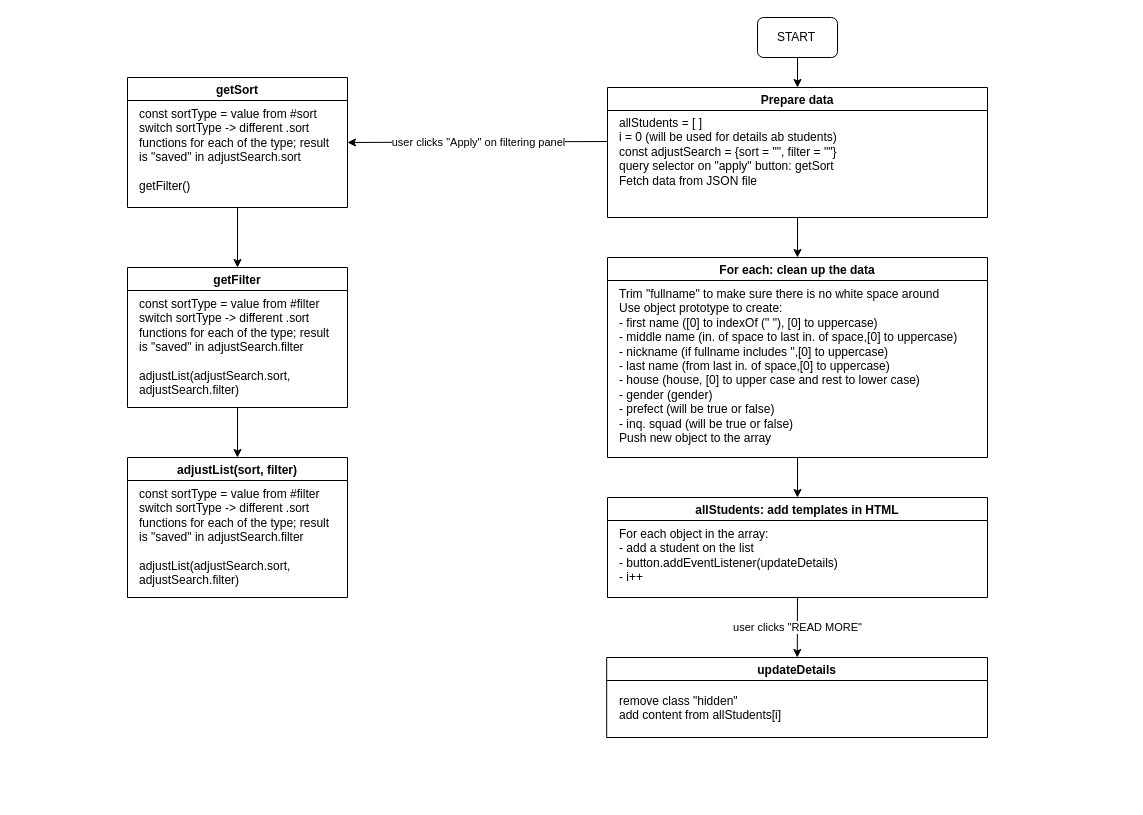
Earlier version of the draw.io diagram diagram.drawio (mn46/hogwart-student-list). Source tidied: cells renumbered, new cells numbered last; positions are measured from the earlier drawing's top-left corner, leaving out a move shared by most shapes. Both pictures are drawn from the tidied source at 100%, with x=0, y=0 at pixel (127, 17).
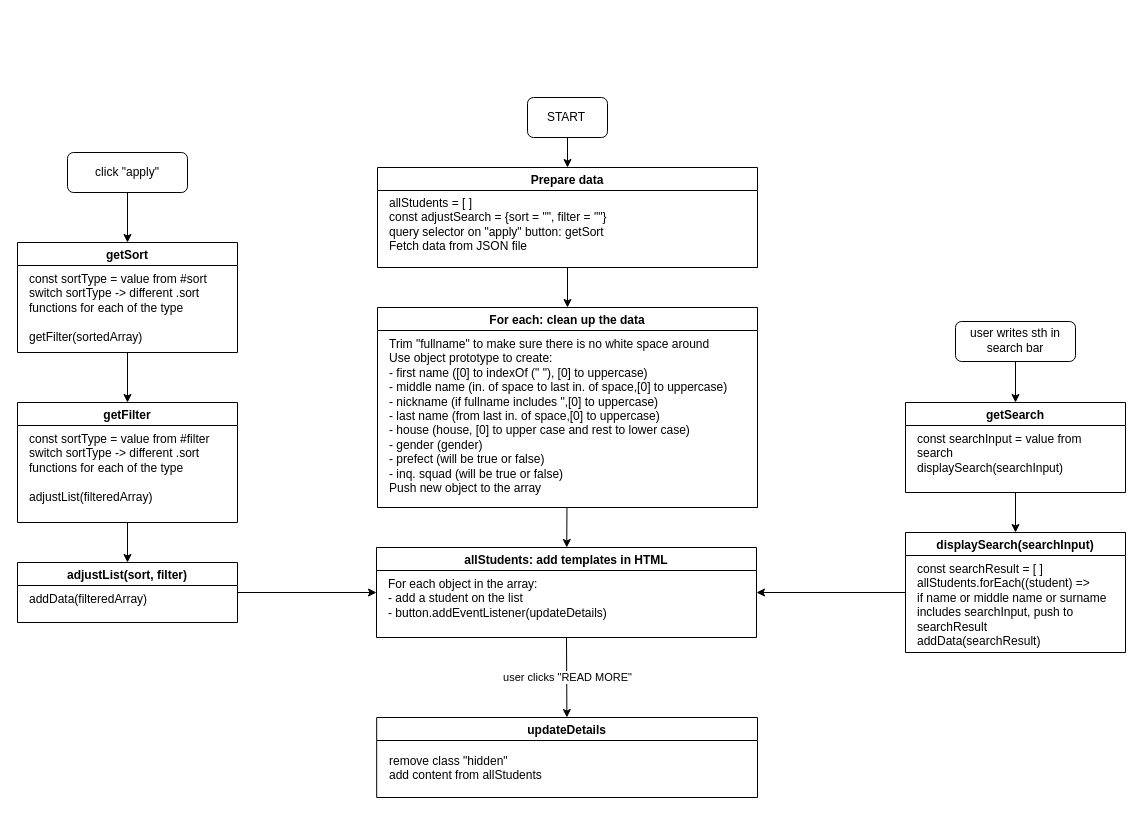
The same diagram, later.

Commit message (it also covers changes not shown here):
search bar works

Change to the diagram source:
```diff
@@
     <mxCell id="2" style="rounded=1;whiteSpace=wrap;html=1;" parent="1" vertex="1">
-      <mxGeometry x="630" width="80" height="40" as="geometry" />
+      <mxGeometry x="400" y="80" width="80" height="40" as="geometry" />
     </mxCell>
     <mxCell id="3" value="START" style="text;html=1;strokeColor=none;fillColor=none;align=center;verticalAlign=middle;whiteSpace=wrap;rounded=0;" parent="1" vertex="1">
-      <mxGeometry x="639" y="5" width="60" height="30" as="geometry" />
+      <mxGeometry x="409" y="85" width="60" height="30" as="geometry" />
     </mxCell>
@@
     <mxCell id="6" value="Prepare data" style="swimlane;" parent="1" vertex="1">
-      <mxGeometry x="480" y="70" width="380" height="130" as="geometry" />
+      <mxGeometry x="250" y="150" width="380" height="100" as="geometry" />
     </mxCell>
-    <mxCell id="7" value="allStudents = [ ]&lt;br&gt;i = 0 (will be used for details ab students)&lt;br&gt;const adjustSearch = {sort = &quot;&quot;, filter = &quot;&quot;}&lt;br&gt;query selector on &quot;apply&quot; button: getSort&lt;br&gt;Fetch data from JSON file" style="text;html=1;strokeColor=none;fillColor=none;align=left;verticalAlign=top;whiteSpace=wrap;rounded=0;" parent="6" vertex="1">
-      <mxGeometry x="10" y="22" width="360" height="98" as="geometry" />
+    <mxCell id="7" value="allStudents = [ ]&lt;br&gt;const adjustSearch = {sort = &quot;&quot;, filter = &quot;&quot;}&lt;br&gt;query selector on &quot;apply&quot; button: getSort&lt;br&gt;Fetch data from JSON file" style="text;html=1;strokeColor=none;fillColor=none;align=left;verticalAlign=top;whiteSpace=wrap;rounded=0;" parent="6" vertex="1">
+      <mxGeometry x="10" y="22" width="360" height="68" as="geometry" />
     </mxCell>
@@
     <mxCell id="9" value="For each: clean up the data" style="swimlane;" parent="1" vertex="1">
-      <mxGeometry x="480" y="240" width="380" height="200" as="geometry" />
+      <mxGeometry x="250" y="290" width="380" height="200" as="geometry" />
     </mxCell>
@@
     <mxCell id="11" value="allStudents: add templates in HTML" style="swimlane;" parent="1" vertex="1">
-      <mxGeometry x="480" y="480" width="380" height="100" as="geometry" />
+      <mxGeometry x="249" y="530" width="380" height="90" as="geometry" />
     </mxCell>
-    <mxCell id="12" value="&lt;font face=&quot;helvetica&quot;&gt;For each object in the array:&lt;br&gt;- add a student on the list&lt;br&gt;- button.addEventListener(updateDetails)&lt;br&gt;- i++&lt;br&gt;&lt;/font&gt;" style="text;whiteSpace=wrap;html=1;" parent="11" vertex="1">
-      <mxGeometry x="10" y="23" width="360" height="67" as="geometry" />
+    <mxCell id="12" value="&lt;font face=&quot;helvetica&quot;&gt;For each object in the array:&lt;br&gt;- add a student on the list&lt;br&gt;- button.addEventListener(updateDetails)&lt;br&gt;&lt;/font&gt;" style="text;whiteSpace=wrap;html=1;" parent="11" vertex="1">
+      <mxGeometry x="10" y="23" width="360" height="57" as="geometry" />
     </mxCell>
@@
     <mxCell id="15" value="updateDetails" style="swimlane;" parent="1" vertex="1">
-      <mxGeometry x="479.2" y="640" width="380.8" height="80" as="geometry" />
+      <mxGeometry x="249.2" y="700" width="380.8" height="80" as="geometry" />
     </mxCell>
-    <mxCell id="16" value="remove class &quot;hidden&quot;&lt;br&gt;add content from allStudents[i]" style="text;html=1;strokeColor=none;fillColor=none;align=left;verticalAlign=top;whiteSpace=wrap;rounded=0;" parent="15" vertex="1">
+    <mxCell id="16" value="remove class &quot;hidden&quot;&lt;br&gt;add content from allStudents" style="text;html=1;strokeColor=none;fillColor=none;align=left;verticalAlign=top;whiteSpace=wrap;rounded=0;" parent="15" vertex="1">
       <mxGeometry x="10.8" y="30" width="359.2" height="40" as="geometry" />
     </mxCell>
-    <mxCell id="17" style="endArrow=classic;html=1;exitX=0;exitY=0.5;exitDx=0;exitDy=0;entryX=1;entryY=0.5;entryDx=0;entryDy=0;" parent="1" edge="1" target="20">
-      <mxGeometry relative="1" as="geometry">
-        <mxPoint x="480" y="124" as="sourcePoint" />
-      </mxGeometry>
-    </mxCell>
-    <mxCell id="18" value="user clicks &quot;Apply&quot; on filtering panel" style="edgeLabel;html=1;align=center;verticalAlign=middle;" parent="17" vertex="1">
-      <mxGeometry relative="1" as="geometry" />
-    </mxCell>
@@
     <mxCell id="20" value="getSort" style="swimlane;" parent="1" vertex="1">
-      <mxGeometry y="60" width="220" height="130" as="geometry" />
+      <mxGeometry x="-110" y="225" width="220" height="110" as="geometry" />
     </mxCell>
-    <mxCell id="21" value="const sortType = value from #sort&lt;br&gt;switch sortType -&amp;gt; different .sort functions for each of the type; result is &quot;saved&quot; in adjustSearch.sort&lt;br&gt;&lt;br&gt;getFilter()" style="text;html=1;strokeColor=none;fillColor=none;align=left;verticalAlign=top;whiteSpace=wrap;rounded=0;" parent="20" vertex="1">
-      <mxGeometry x="10" y="23" width="200" height="97" as="geometry" />
+    <mxCell id="21" value="const sortType = value from #sort&lt;br&gt;switch sortType -&amp;gt; different .sort functions for each of the type&lt;br&gt;&lt;br&gt;getFilter(sortedArray)" style="text;html=1;strokeColor=none;fillColor=none;align=left;verticalAlign=top;whiteSpace=wrap;rounded=0;" parent="20" vertex="1">
+      <mxGeometry x="10" y="23" width="200" height="87" as="geometry" />
     </mxCell>
@@
     <mxCell id="23" value="getFilter" style="swimlane;" parent="1" vertex="1">
-      <mxGeometry y="250" width="220" height="140" as="geometry" />
+      <mxGeometry x="-110" y="385" width="220" height="120" as="geometry" />
     </mxCell>
-    <mxCell id="24" value="const sortType = value from #filter&lt;br&gt;switch sortType -&amp;gt; different .sort functions for each of the type; result is &quot;saved&quot; in adjustSearch.filter&lt;br&gt;&lt;br&gt;adjustList(adjustSearch.sort, adjustSearch.filter)" style="text;html=1;strokeColor=none;fillColor=none;align=left;verticalAlign=top;whiteSpace=wrap;rounded=0;" parent="23" vertex="1">
+    <mxCell id="24" value="const sortType = value from #filter&lt;br&gt;switch sortType -&amp;gt; different .sort functions for each of the type&lt;br&gt;&lt;br&gt;adjustList(filteredArray)" style="text;html=1;strokeColor=none;fillColor=none;align=left;verticalAlign=top;whiteSpace=wrap;rounded=0;" parent="23" vertex="1">
       <mxGeometry x="10" y="23" width="200" height="97" as="geometry" />
     </mxCell>
+    <mxCell id="27" style="edgeStyle=none;html=1;entryX=0;entryY=0.5;entryDx=0;entryDy=0;" parent="1" edge="1" source="25" target="11">
+      <mxGeometry relative="1" as="geometry" />
+    </mxCell>
     <mxCell id="25" value="adjustList(sort, filter)" style="swimlane;startSize=23;" parent="1" vertex="1">
-      <mxGeometry y="440" width="220" height="140" as="geometry" />
+      <mxGeometry x="-110" y="545" width="220" height="60" as="geometry" />
     </mxCell>
-    <mxCell id="26" value="const sortType = value from #filter&lt;br&gt;switch sortType -&amp;gt; different .sort functions for each of the type; result is &quot;saved&quot; in adjustSearch.filter&lt;br&gt;&lt;br&gt;adjustList(adjustSearch.sort, adjustSearch.filter)" style="text;html=1;strokeColor=none;fillColor=none;align=left;verticalAlign=top;whiteSpace=wrap;rounded=0;" parent="25" vertex="1">
-      <mxGeometry x="10" y="23" width="200" height="97" as="geometry" />
+    <mxCell id="26" value="addData(filteredArray)" style="text;html=1;strokeColor=none;fillColor=none;align=left;verticalAlign=top;whiteSpace=wrap;rounded=0;" parent="25" vertex="1">
+      <mxGeometry x="10" y="23" width="200" height="27" as="geometry" />
     </mxCell>
+    <mxCell id="28" style="edgeStyle=none;html=1;entryX=0.5;entryY=0;entryDx=0;entryDy=0;" parent="1" edge="1" source="29" target="20">
+      <mxGeometry relative="1" as="geometry" />
+    </mxCell>
+    <mxCell id="29" style="rounded=1;whiteSpace=wrap;html=1;" parent="1" vertex="1">
+      <mxGeometry x="-60" y="135" width="120" height="40" as="geometry" />
+    </mxCell>
+    <mxCell id="30" value="click &quot;apply&quot;" style="text;html=1;strokeColor=none;fillColor=none;align=center;verticalAlign=middle;whiteSpace=wrap;rounded=0;" parent="1" vertex="1">
+      <mxGeometry x="-50" y="140" width="100" height="30" as="geometry" />
+    </mxCell>
+    <mxCell id="31" style="edgeStyle=none;html=1;entryX=0.5;entryY=0;entryDx=0;entryDy=0;" parent="1" edge="1">
+      <mxGeometry relative="1" as="geometry">
+        <mxPoint x="888" y="475" as="sourcePoint" />
+        <mxPoint x="888" y="515" as="targetPoint" />
+      </mxGeometry>
+    </mxCell>
+    <mxCell id="32" value="getSearch" style="swimlane;" parent="1" vertex="1">
+      <mxGeometry x="778" y="385" width="220" height="90" as="geometry" />
+    </mxCell>
+    <mxCell id="33" value="const searchInput = value from search&lt;br&gt;displaySearch(searchInput)" style="text;html=1;strokeColor=none;fillColor=none;align=left;verticalAlign=top;whiteSpace=wrap;rounded=0;" parent="32" vertex="1">
+      <mxGeometry x="10" y="23" width="200" height="70" as="geometry" />
+    </mxCell>
+    <mxCell id="34" style="edgeStyle=none;html=1;entryX=1;entryY=0.5;entryDx=0;entryDy=0;" parent="1" edge="1" source="35" target="11">
+      <mxGeometry relative="1" as="geometry" />
+    </mxCell>
+    <mxCell id="35" value="displaySearch(searchInput)" style="swimlane;" parent="1" vertex="1">
+      <mxGeometry x="778" y="515" width="220" height="120" as="geometry" />
+    </mxCell>
+    <mxCell id="36" value="const searchResult = [ ]&lt;br&gt;allStudents.forEach((student) =&amp;gt;&lt;br&gt;if name or middle name or surname includes searchInput, push to searchResult&lt;br&gt;addData(searchResult)" style="text;html=1;strokeColor=none;fillColor=none;align=left;verticalAlign=top;whiteSpace=wrap;rounded=0;" parent="35" vertex="1">
+      <mxGeometry x="10" y="23" width="200" height="97" as="geometry" />
+    </mxCell>
+    <mxCell id="37" style="edgeStyle=none;html=1;entryX=0.5;entryY=0;entryDx=0;entryDy=0;" parent="1" edge="1" source="38">
+      <mxGeometry relative="1" as="geometry">
+        <mxPoint x="888" y="385" as="targetPoint" />
+      </mxGeometry>
+    </mxCell>
+    <mxCell id="38" style="rounded=1;whiteSpace=wrap;html=1;" parent="1" vertex="1">
+      <mxGeometry x="828" y="304" width="120" height="40" as="geometry" />
+    </mxCell>
+    <mxCell id="39" value="user writes sth in search bar" style="text;html=1;strokeColor=none;fillColor=none;align=center;verticalAlign=middle;whiteSpace=wrap;rounded=0;" parent="1" vertex="1">
+      <mxGeometry x="838" y="308" width="100" height="30" as="geometry" />
+    </mxCell>
```
